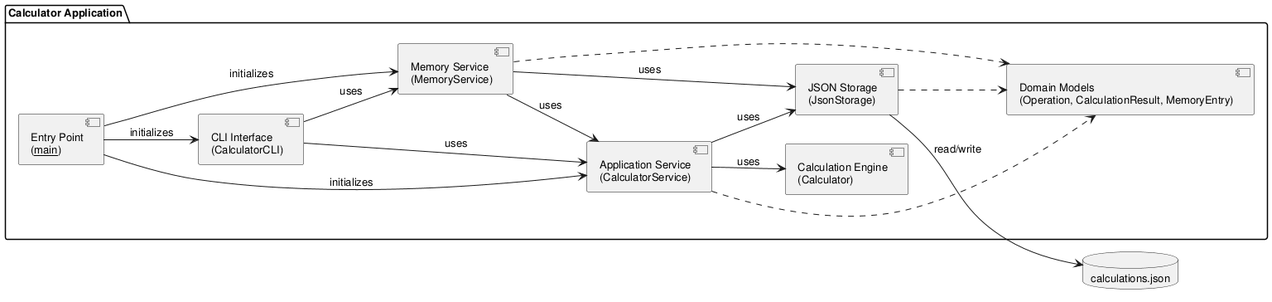
The PlantUML diagram experiments/supervisor_as_tools/user_stories/calculator/artifacts/component_diagram.png in DanielRiha8906/Software_autoevolution_using_agents, before a commit.
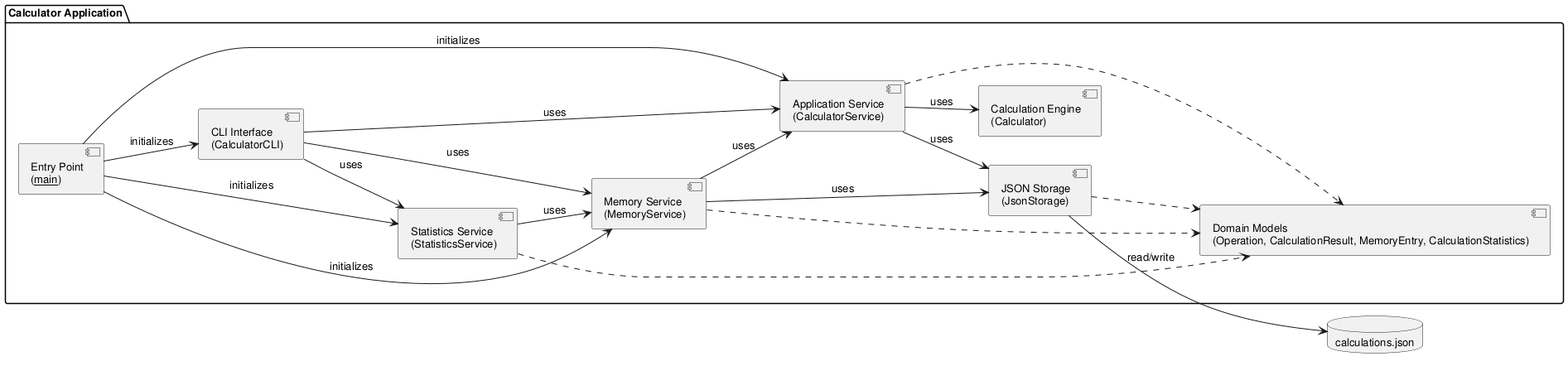
Later version of the same file.

Change to the diagram source:
```diff
@@ -10,23 +10,28 @@
     component "CLI Interface\n(CalculatorCLI)" as CLI
     component "Application Service\n(CalculatorService)" as Service
     component "Memory Service\n(MemoryService)" as MemService
+    component "Statistics Service\n(StatisticsService)" as StatService
     component "Calculation Engine\n(Calculator)" as Calc
     component "JSON Storage\n(JsonStorage)" as Store
-    component "Domain Models\n(Operation, CalculationResult, MemoryEntry)" as Models
+    component "Domain Models\n(Operation, CalculationResult, MemoryEntry, CalculationStatistics)" as Models
 
     Main --> CLI : initializes
     Main --> Service : initializes
     Main --> MemService : initializes
+    Main --> StatService : initializes
 
     CLI --> Service : uses
     CLI --> MemService : uses
+    CLI --> StatService : uses
     Service --> Calc : uses
     Service --> Store : uses
     MemService --> Service : uses
     MemService --> Store : uses
+    StatService --> MemService : uses
 
     Service ..> Models
     MemService ..> Models
+    StatService ..> Models
     Store ..> Models
 }
 
```
